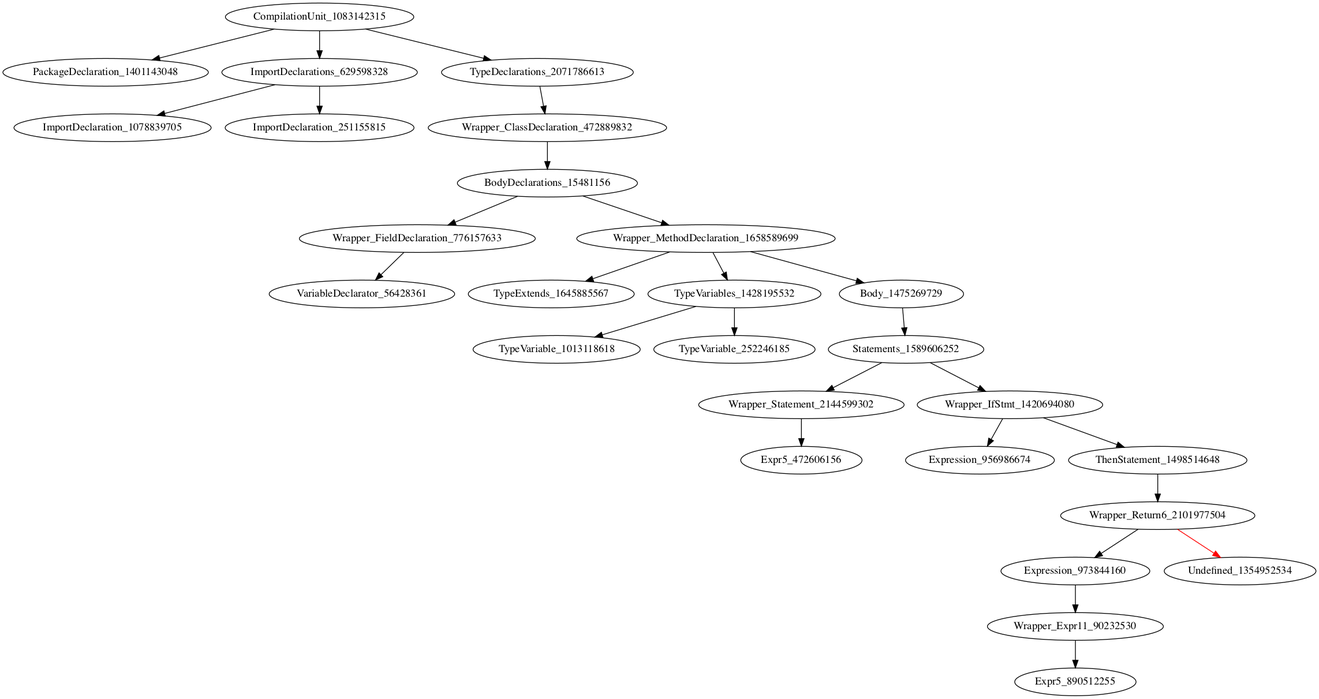
This is holeAST.png from icse2023material/VoiceJava, a Graphviz export, as it was before one commit. Its source is kept beside it as holeAST.dot.
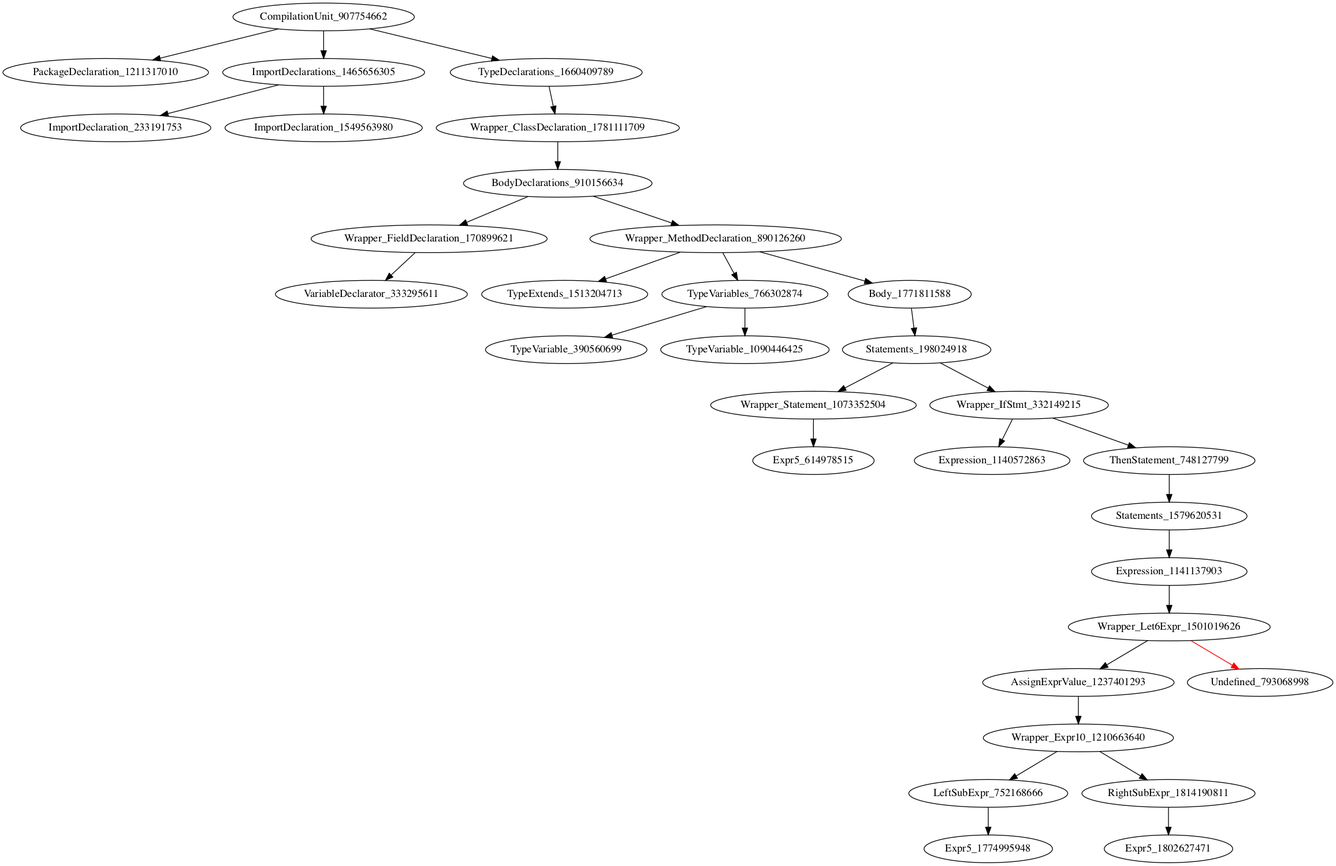
Above is the later version.

Commit message:
[add] support let6expr

What changed in the source:
```diff
@@ -1,28 +1,33 @@
 digraph {
-CompilationUnit_1083142315 -> PackageDeclaration_1401143048
-CompilationUnit_1083142315 -> ImportDeclarations_629598328
-CompilationUnit_1083142315 -> TypeDeclarations_2071786613
-ImportDeclarations_629598328 -> ImportDeclaration_1078839705
-ImportDeclarations_629598328 -> ImportDeclaration_251155815
-TypeDeclarations_2071786613 -> Wrapper_ClassDeclaration_472889832
-Wrapper_ClassDeclaration_472889832 -> BodyDeclarations_15481156
-BodyDeclarations_15481156 -> Wrapper_FieldDeclaration_776157633
-BodyDeclarations_15481156 -> Wrapper_MethodDeclaration_1658589699
-Wrapper_FieldDeclaration_776157633 -> VariableDeclarator_56428361
-Wrapper_MethodDeclaration_1658589699 -> TypeExtends_1645885567
-Wrapper_MethodDeclaration_1658589699 -> TypeVariables_1428195532
-Wrapper_MethodDeclaration_1658589699 -> Body_1475269729
-TypeVariables_1428195532 -> TypeVariable_1013118618
-TypeVariables_1428195532 -> TypeVariable_252246185
-Body_1475269729 -> Statements_1589606252
-Statements_1589606252 -> Wrapper_Statement_2144599302
-Statements_1589606252 -> Wrapper_IfStmt_1420694080
-Wrapper_Statement_2144599302 -> Expr5_472606156
-Wrapper_IfStmt_1420694080 -> Expression_956986674
-Wrapper_IfStmt_1420694080 -> ThenStatement_1498514648
-ThenStatement_1498514648 -> Wrapper_Return6_2101977504
-Wrapper_Return6_2101977504 -> Expression_973844160
-Wrapper_Return6_2101977504 -> Undefined_1354952534 [color = red]
-Expression_973844160 -> Wrapper_Expr11_90232530
-Wrapper_Expr11_90232530 -> Expr5_890512255
+CompilationUnit_907754662 -> PackageDeclaration_1211317010
+CompilationUnit_907754662 -> ImportDeclarations_1465656305
+CompilationUnit_907754662 -> TypeDeclarations_1660409789
+ImportDeclarations_1465656305 -> ImportDeclaration_233191753
+ImportDeclarations_1465656305 -> ImportDeclaration_1549563980
+TypeDeclarations_1660409789 -> Wrapper_ClassDeclaration_1781111709
+Wrapper_ClassDeclaration_1781111709 -> BodyDeclarations_910156634
+BodyDeclarations_910156634 -> Wrapper_FieldDeclaration_170899621
+BodyDeclarations_910156634 -> Wrapper_MethodDeclaration_890126260
+Wrapper_FieldDeclaration_170899621 -> VariableDeclarator_333295611
+Wrapper_MethodDeclaration_890126260 -> TypeExtends_1513204713
+Wrapper_MethodDeclaration_890126260 -> TypeVariables_766302874
+Wrapper_MethodDeclaration_890126260 -> Body_1771811588
+TypeVariables_766302874 -> TypeVariable_390560699
+TypeVariables_766302874 -> TypeVariable_1090446425
+Body_1771811588 -> Statements_198024918
+Statements_198024918 -> Wrapper_Statement_1073352504
+Statements_198024918 -> Wrapper_IfStmt_332149215
+Wrapper_Statement_1073352504 -> Expr5_614978515
+Wrapper_IfStmt_332149215 -> Expression_1140572863
+Wrapper_IfStmt_332149215 -> ThenStatement_748127799
+ThenStatement_748127799 -> Statements_1579620531
+Statements_1579620531 -> Expression_1141137903
+Expression_1141137903 -> Wrapper_Let6Expr_1501019626
+Wrapper_Let6Expr_1501019626 -> AssignExprValue_1237401293
+Wrapper_Let6Expr_1501019626 -> Undefined_793068998 [color = red]
+AssignExprValue_1237401293 -> Wrapper_Expr10_1210663640
+Wrapper_Expr10_1210663640 -> LeftSubExpr_752168666
+Wrapper_Expr10_1210663640 -> RightSubExpr_1814190811
+LeftSubExpr_752168666 -> Expr5_1774995948
+RightSubExpr_1814190811 -> Expr5_1802627471
 }
```
